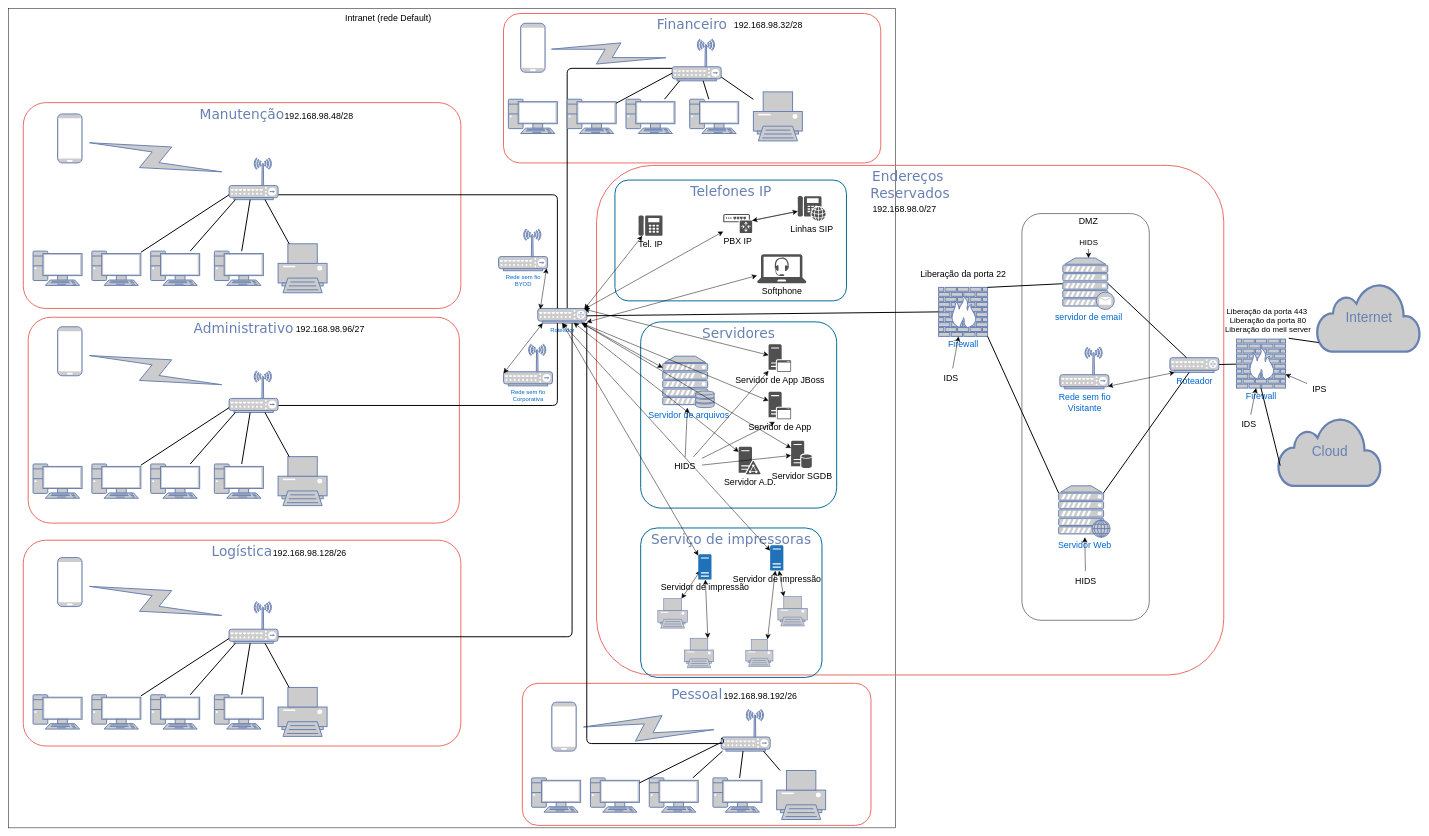
Earlier version of the draw.io diagram Estudo de caso/Topologia de rede - Blue Team.drawio (Antolos/HdB). Source tidied: cells renumbered, new cells numbered last; positions are measured from the earlier drawing's top-left corner, leaving out a move shared by most shapes. Both pictures are drawn from the tidied source at 49%, with x=0, y=0 at pixel (8, 8).
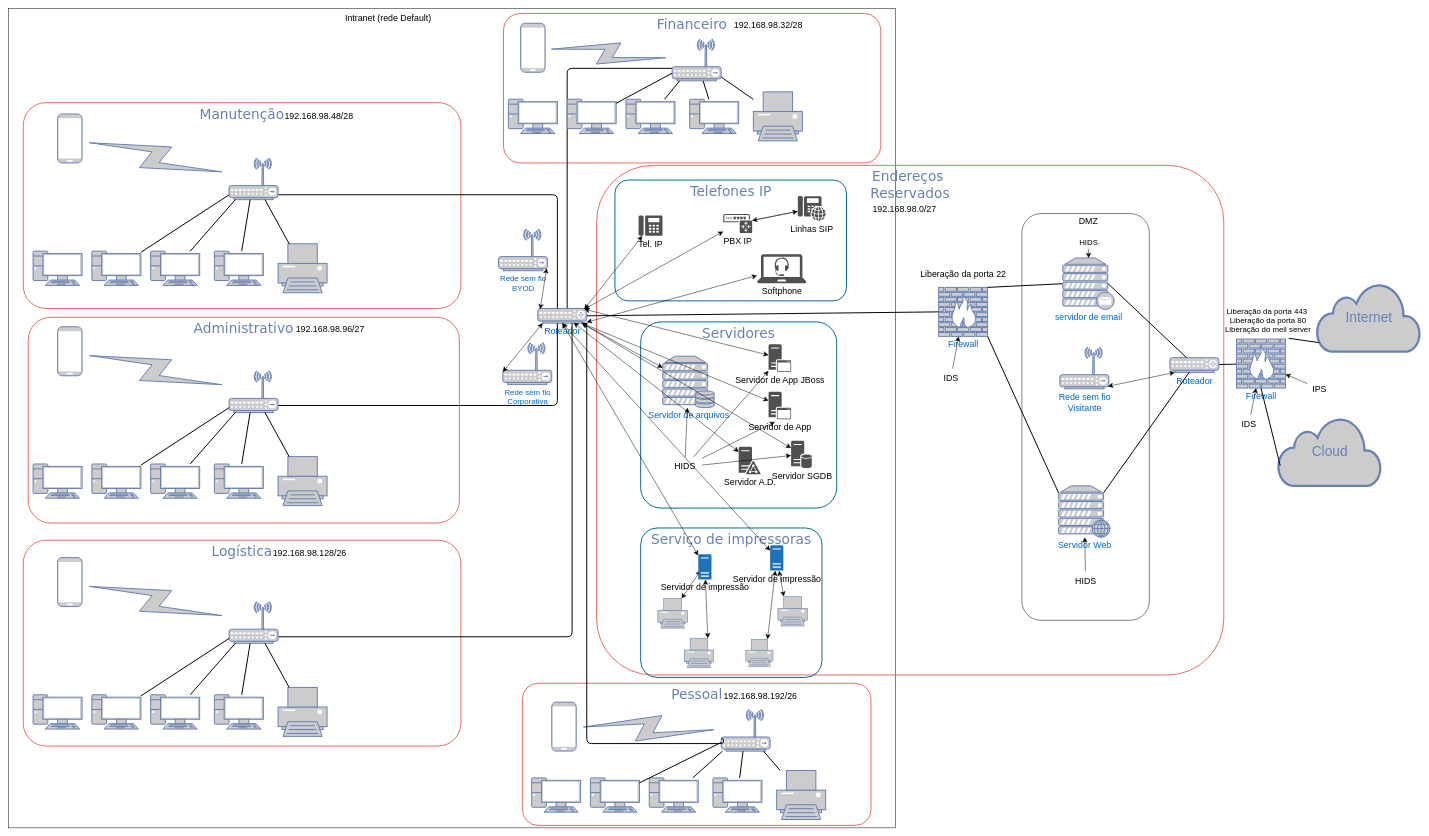
Above is the later version.

The edit, as a diff of the source:
```diff
@@
-    <mxCell id="14" value="Roteador" style="fontColor=#0066CC;verticalAlign=top;verticalLabelPosition=bottom;labelPosition=center;align=center;html=1;fillColor=#CCCCCC;strokeColor=#6881B3;gradientColor=none;gradientDirection=north;strokeWidth=2;shape=mxgraph.networks.router;rounded=0;shadow=0;comic=0;" parent="1" vertex="1">
+    <mxCell id="14" value="&lt;font style=&quot;font-size: 18px;&quot;&gt;Roteador&lt;/font&gt;" style="fontColor=#0066CC;verticalAlign=top;verticalLabelPosition=bottom;labelPosition=center;align=center;html=1;fillColor=#CCCCCC;strokeColor=#6881B3;gradientColor=none;gradientDirection=north;strokeWidth=2;shape=mxgraph.networks.router;rounded=0;shadow=0;comic=0;" parent="1" vertex="1">
       <mxGeometry x="1080" y="612" width="100" height="30" as="geometry" />
     </mxCell>
@@
-    <mxCell id="91" value="Rede sem fio&lt;div&gt;BYOD&lt;/div&gt;" style="fontColor=#0066CC;verticalAlign=top;verticalLabelPosition=bottom;labelPosition=center;align=center;html=1;fillColor=#CCCCCC;strokeColor=#6881B3;gradientColor=none;gradientDirection=north;strokeWidth=2;shape=mxgraph.networks.wireless_hub;rounded=0;shadow=0;comic=0;" parent="1" vertex="1">
+    <mxCell id="91" value="&lt;font style=&quot;font-size: 16px;&quot;&gt;Rede sem fio&lt;/font&gt;&lt;div style=&quot;font-size: 16px;&quot;&gt;&lt;font style=&quot;font-size: 16px;&quot;&gt;BYOD&lt;/font&gt;&lt;/div&gt;" style="fontColor=#0066CC;verticalAlign=top;verticalLabelPosition=bottom;labelPosition=center;align=center;html=1;fillColor=#CCCCCC;strokeColor=#6881B3;gradientColor=none;gradientDirection=north;strokeWidth=2;shape=mxgraph.networks.wireless_hub;rounded=0;shadow=0;comic=0;" parent="1" vertex="1">
       <mxGeometry x="1000" y="450" width="100" height="85" as="geometry" />
     </mxCell>
-    <mxCell id="92" value="Rede sem fio&lt;div&gt;Corporativa&lt;/div&gt;" style="fontColor=#0066CC;verticalAlign=top;verticalLabelPosition=bottom;labelPosition=center;align=center;html=1;fillColor=#CCCCCC;strokeColor=#6881B3;gradientColor=none;gradientDirection=north;strokeWidth=2;shape=mxgraph.networks.wireless_hub;rounded=0;shadow=0;comic=0;" parent="1" vertex="1">
-      <mxGeometry x="1010" y="685" width="100" height="85" as="geometry" />
+    <mxCell id="92" value="&lt;font style=&quot;font-size: 16px;&quot;&gt;Rede sem fio&lt;/font&gt;&lt;div style=&quot;font-size: 16px;&quot;&gt;&lt;font style=&quot;font-size: 16px;&quot;&gt;Corporativa&lt;/font&gt;&lt;/div&gt;" style="fontColor=#0066CC;verticalAlign=top;verticalLabelPosition=bottom;labelPosition=center;align=center;html=1;fillColor=#CCCCCC;strokeColor=#6881B3;gradientColor=none;gradientDirection=north;strokeWidth=2;shape=mxgraph.networks.wireless_hub;rounded=0;shadow=0;comic=0;" parent="1" vertex="1">
+      <mxGeometry x="1008.5" y="682" width="100" height="85" as="geometry" />
     </mxCell>
```
